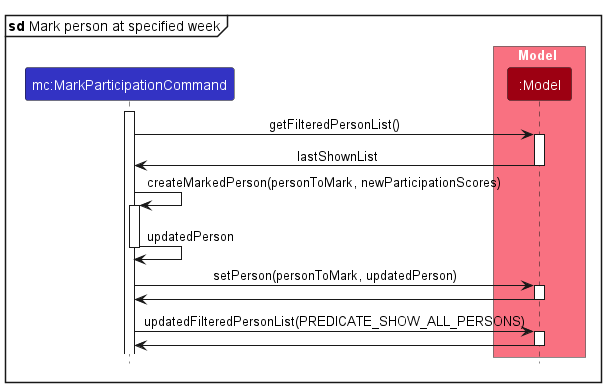
The PlantUML diagram docs/assets/dg/SDMarkParticipation.png in shamesjen/tp, before a commit.
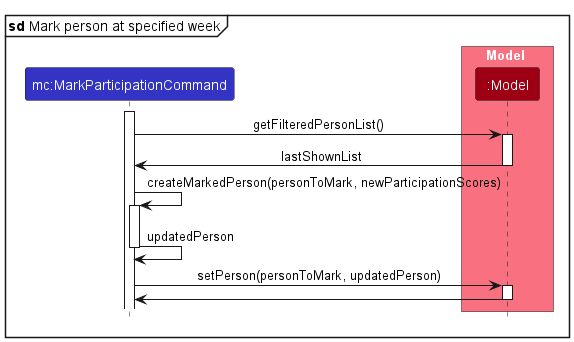
Above is the later version.

What changed in the source:
```diff
@@ -30,10 +30,4 @@
 Model -> MarkParticipationCommand
 deactivate Model
 
-MarkParticipationCommand -> Model : updatedFilteredPersonList(PREDICATE_SHOW_ALL_PERSONS)
-activate Model
-
-Model -> MarkParticipationCommand
-deactivate Model
-
 @enduml
```
